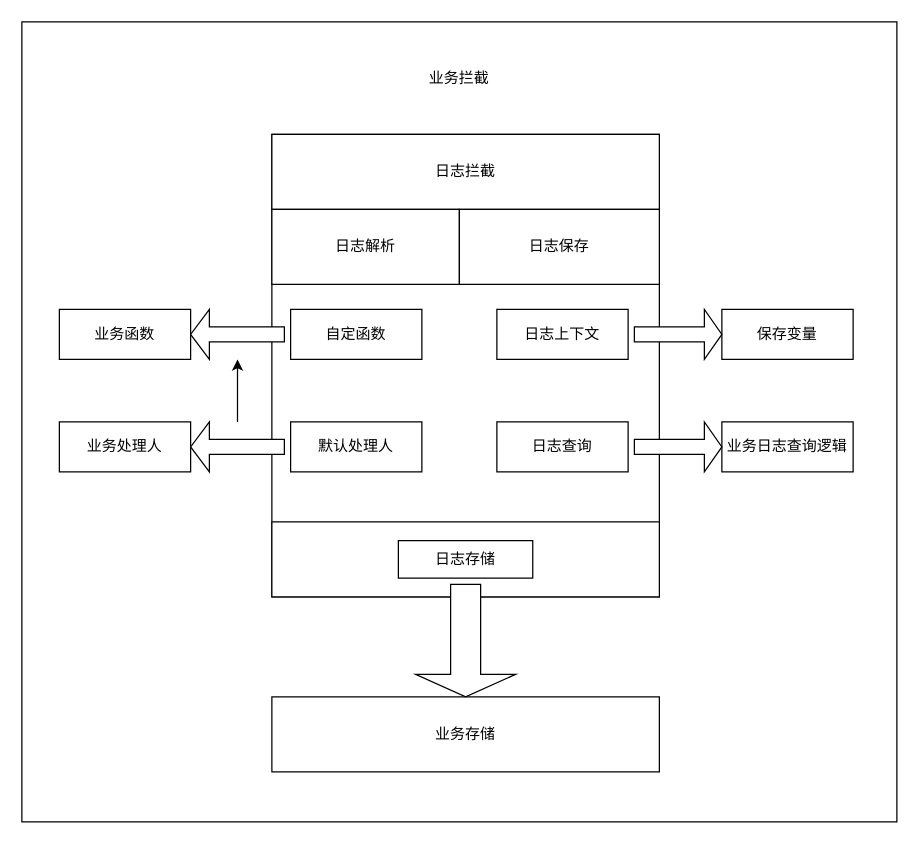
Earlier version of the draw.io diagram 通用操作日志图.drawio (yindongjun/drawio-3). Source tidied: cells renumbered, new cells numbered last; positions are measured from the earlier drawing's top-left corner, leaving out a move shared by most shapes. Both pictures are drawn from the tidied source at 125%, with x=0, y=0 at pixel (21, 21).
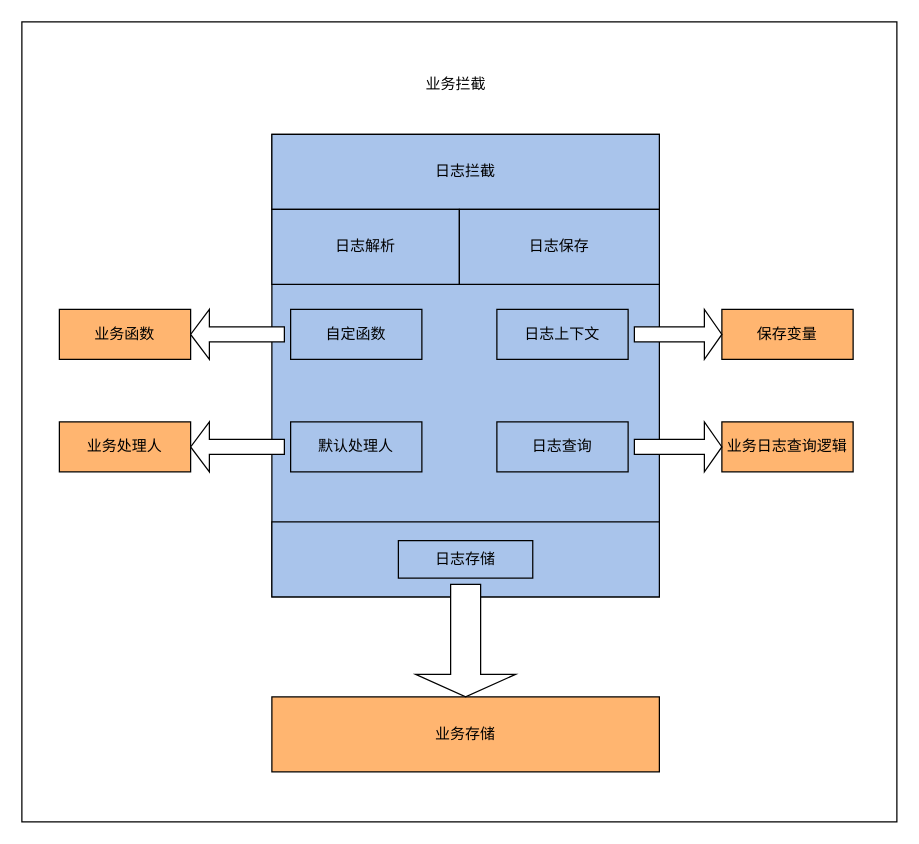
Above is the later version.

Commit message (it also covers changes not shown here):
Update 通用操作日志图.drawio

Unchanged cells that the change refers to:
```xml
<mxCell id="21" style="shape=singleArrow;direction=west;whiteSpace=wrap;html=1;" parent="1" vertex="1">
  <mxGeometry x="135" y="230" width="75" height="40" as="geometry" />
</mxCell>
<mxCell id="23" style="shape=singleArrow;direction=west;whiteSpace=wrap;html=1;" parent="1" vertex="1">
  <mxGeometry x="135" y="320" width="75" height="40" as="geometry" />
</mxCell>
```

Change to the diagram source:
```diff
@@
-    <mxCell id="3" style="rounded=0;whiteSpace=wrap;html=1;" parent="1" vertex="1">
+    <mxCell id="3" style="rounded=0;whiteSpace=wrap;html=1;fillColor=#A9C4EB;" parent="1" vertex="1">
       <mxGeometry x="200" y="90" width="310" height="370" as="geometry" />
     </mxCell>
-    <mxCell id="4" value="日志拦截" style="rounded=0;whiteSpace=wrap;html=1;" parent="1" vertex="1">
+    <mxCell id="4" value="日志拦截" style="rounded=0;whiteSpace=wrap;html=1;fillColor=#A9C4EB;" parent="1" vertex="1">
       <mxGeometry x="200" y="90" width="310" height="60" as="geometry" />
     </mxCell>
-    <mxCell id="5" value="日志解析" style="rounded=0;whiteSpace=wrap;html=1;" parent="1" vertex="1">
+    <mxCell id="5" value="日志解析" style="rounded=0;whiteSpace=wrap;html=1;fillColor=#A9C4EB;" parent="1" vertex="1">
       <mxGeometry x="200" y="150" width="150" height="60" as="geometry" />
     </mxCell>
-    <mxCell id="6" value="日志保存" style="rounded=0;whiteSpace=wrap;html=1;" parent="1" vertex="1">
+    <mxCell id="6" value="日志保存" style="rounded=0;whiteSpace=wrap;html=1;fillColor=#A9C4EB;" parent="1" vertex="1">
       <mxGeometry x="350" y="150" width="160" height="60" as="geometry" />
     </mxCell>
-    <mxCell id="7" style="rounded=0;whiteSpace=wrap;html=1;" parent="1" vertex="1">
+    <mxCell id="7" style="rounded=0;whiteSpace=wrap;html=1;fillColor=#A9C4EB;" parent="1" vertex="1">
       <mxGeometry x="200" y="400" width="310" height="60" as="geometry" />
     </mxCell>
-    <mxCell id="8" value="自定函数" style="rounded=0;whiteSpace=wrap;html=1;" parent="1" vertex="1">
+    <mxCell id="8" value="自定函数" style="rounded=0;whiteSpace=wrap;html=1;fillColor=#A9C4EB;" parent="1" vertex="1">
       <mxGeometry x="215" y="230" width="105" height="40" as="geometry" />
     </mxCell>
-    <mxCell id="9" value="默认处理人" style="rounded=0;whiteSpace=wrap;html=1;" parent="1" vertex="1">
+    <mxCell id="9" value="默认处理人" style="rounded=0;whiteSpace=wrap;html=1;fillColor=#A9C4EB;" parent="1" vertex="1">
       <mxGeometry x="215" y="320" width="105" height="40" as="geometry" />
     </mxCell>
-    <mxCell id="10" value="日志上下文" style="rounded=0;whiteSpace=wrap;html=1;" parent="1" vertex="1">
+    <mxCell id="10" value="日志上下文" style="rounded=0;whiteSpace=wrap;html=1;fillColor=#A9C4EB;" parent="1" vertex="1">
       <mxGeometry x="380" y="230" width="105" height="40" as="geometry" />
     </mxCell>
-    <mxCell id="11" value="日志查询" style="rounded=0;whiteSpace=wrap;html=1;" parent="1" vertex="1">
+    <mxCell id="11" value="日志查询" style="rounded=0;whiteSpace=wrap;html=1;fillColor=#A9C4EB;" parent="1" vertex="1">
       <mxGeometry x="380" y="320" width="105" height="40" as="geometry" />
     </mxCell>
-    <mxCell id="12" value="日志存储" style="rounded=0;whiteSpace=wrap;html=1;" parent="1" vertex="1">
+    <mxCell id="12" value="日志存储" style="rounded=0;whiteSpace=wrap;html=1;fillColor=#A9C4EB;" parent="1" vertex="1">
       <mxGeometry x="301.2" y="415" width="107.5" height="30" as="geometry" />
     </mxCell>
-    <mxCell id="13" value="业务函数" style="rounded=0;whiteSpace=wrap;html=1;" parent="1" vertex="1">
+    <mxCell id="13" value="业务函数" style="rounded=0;whiteSpace=wrap;html=1;fillColor=#FFB570;" parent="1" vertex="1">
       <mxGeometry x="30" y="230" width="105" height="40" as="geometry" />
     </mxCell>
-    <mxCell id="14" value="业务处理人" style="rounded=0;whiteSpace=wrap;html=1;" parent="1" vertex="1">
+    <mxCell id="14" value="业务处理人" style="rounded=0;whiteSpace=wrap;html=1;fillColor=#FFB570;" parent="1" vertex="1">
       <mxGeometry x="30" y="320" width="105" height="40" as="geometry" />
     </mxCell>
-    <mxCell id="15" value="保存变量" style="rounded=0;whiteSpace=wrap;html=1;" parent="1" vertex="1">
+    <mxCell id="15" value="保存变量" style="rounded=0;whiteSpace=wrap;html=1;fillColor=#FFB570;" parent="1" vertex="1">
       <mxGeometry x="560" y="230" width="105" height="40" as="geometry" />
     </mxCell>
-    <mxCell id="16" value="业务日志查询逻辑" style="rounded=0;whiteSpace=wrap;html=1;" parent="1" vertex="1">
+    <mxCell id="16" value="业务日志查询逻辑" style="rounded=0;whiteSpace=wrap;html=1;fillColor=#FFB570;" parent="1" vertex="1">
       <mxGeometry x="560" y="320" width="105" height="40" as="geometry" />
     </mxCell>
-    <mxCell id="17" value="业务存储" style="rounded=0;whiteSpace=wrap;html=1;" parent="1" vertex="1">
+    <mxCell id="17" value="业务存储" style="rounded=0;whiteSpace=wrap;html=1;fillColor=#FFB570;" parent="1" vertex="1">
       <mxGeometry x="200" y="540" width="310" height="60" as="geometry" />
     </mxCell>
     <mxCell id="18" value="业务拦截" style="text;html=1;strokeColor=none;fillColor=none;align=center;verticalAlign=middle;whiteSpace=wrap;rounded=0;" parent="1" vertex="1">
-      <mxGeometry x="295" y="30" width="110" height="30" as="geometry" />
+      <mxGeometry x="295" y="30" width="105" height="40" as="geometry" />
     </mxCell>
@@
-    <mxCell id="22" style="edgeStyle=orthogonalEdgeStyle;rounded=0;jettySize=auto;html=1;" parent="1" edge="1" source="23" target="21">
-      <mxGeometry relative="1" as="geometry" />
-    </mxCell>
```
